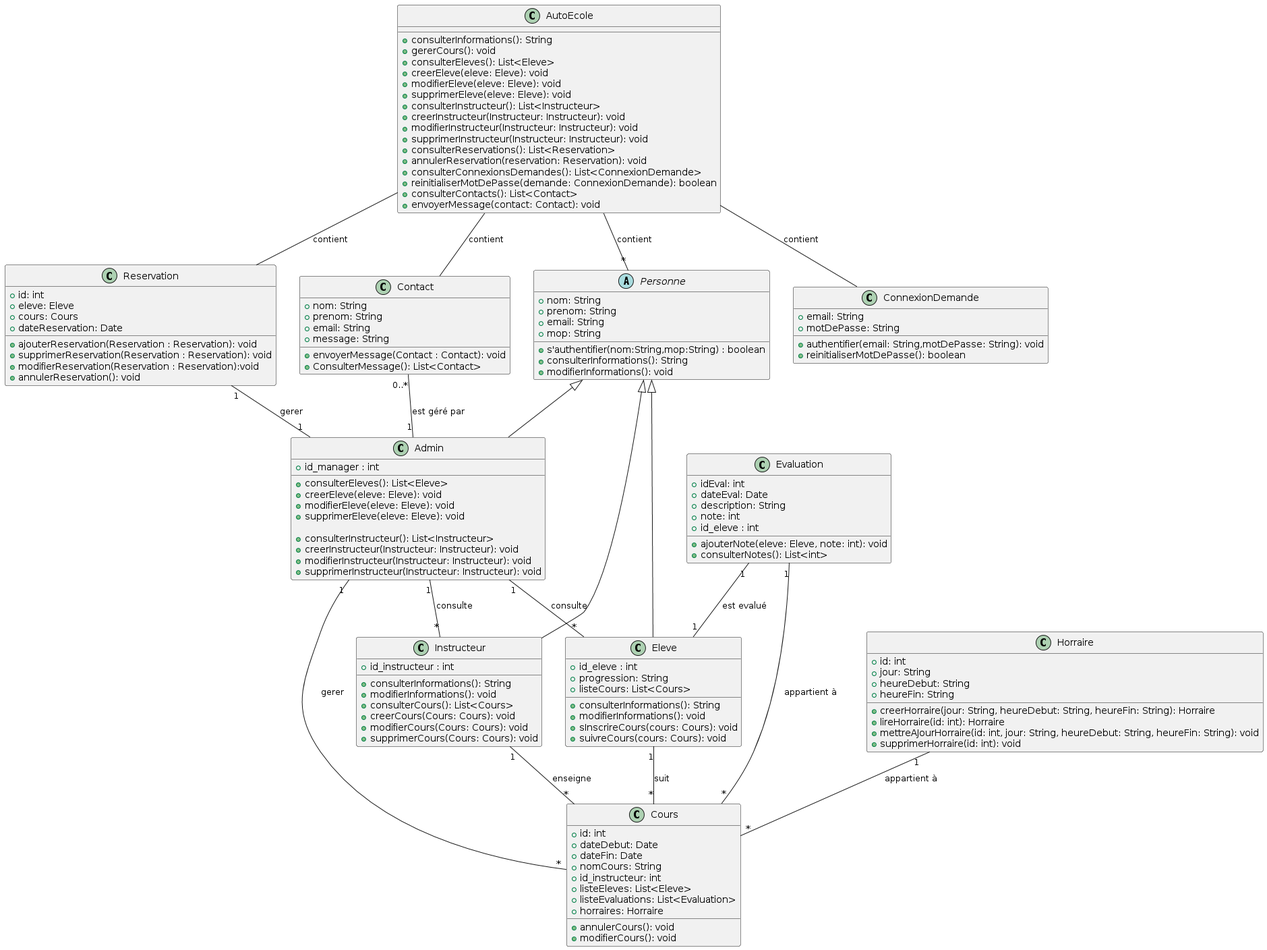
Earlier version of the PlantUML export Rendu 3/Raffinement diagramme de classe préliminaire/diagramme_classe_raffine.png (jerbi2026/Auto_ecole).
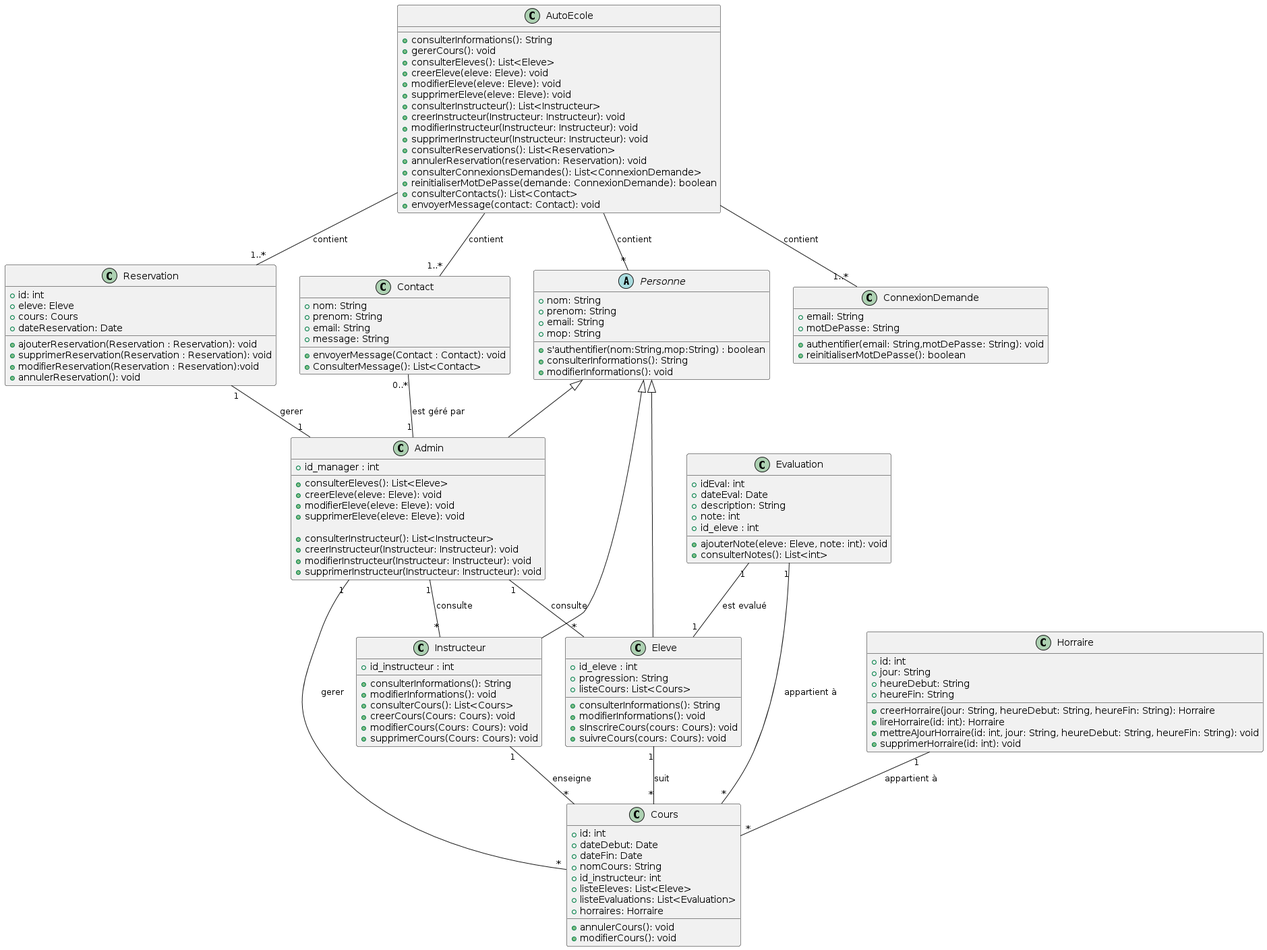
After the change.

What changed in the source:
```diff
@@ -152,7 +152,7 @@
 Contact "0..*" -- "1" Admin : "est géré par"
 
 AutoEcole -- "*" Personne : "contient"
-AutoEcole -- Reservation : "contient"
-AutoEcole -- ConnexionDemande : "contient"
-AutoEcole -- Contact : "contient"
+AutoEcole -- "1..*" Reservation : "contient"
+AutoEcole -- "1..*" ConnexionDemande : "contient"
+AutoEcole -- "1..*" Contact : "contient"
 @enduml
```
